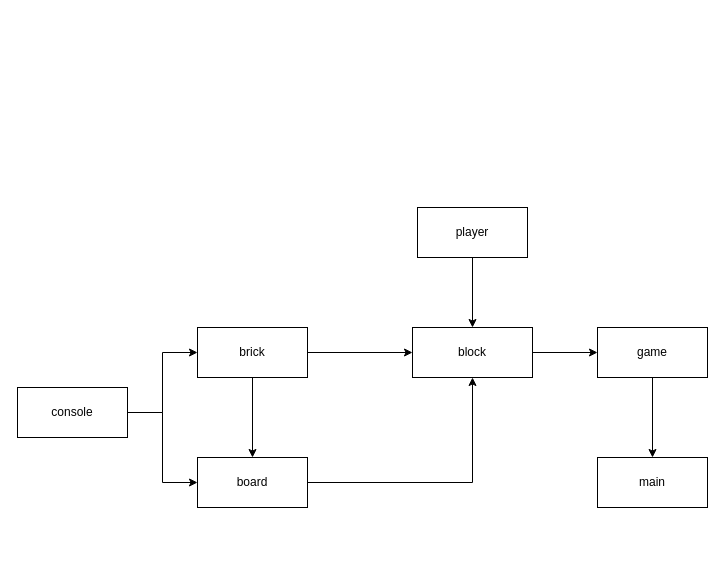
Before: Untitled Diagram.drawio in ahnguyen24/Tetris, a draw.io diagram. Source tidied: cells renumbered, new cells numbered last; positions are measured from the earlier drawing's top-left corner, leaving out a move shared by most shapes. Both pictures are drawn from the tidied source at 100%, with x=0, y=0 at pixel (17, 207).
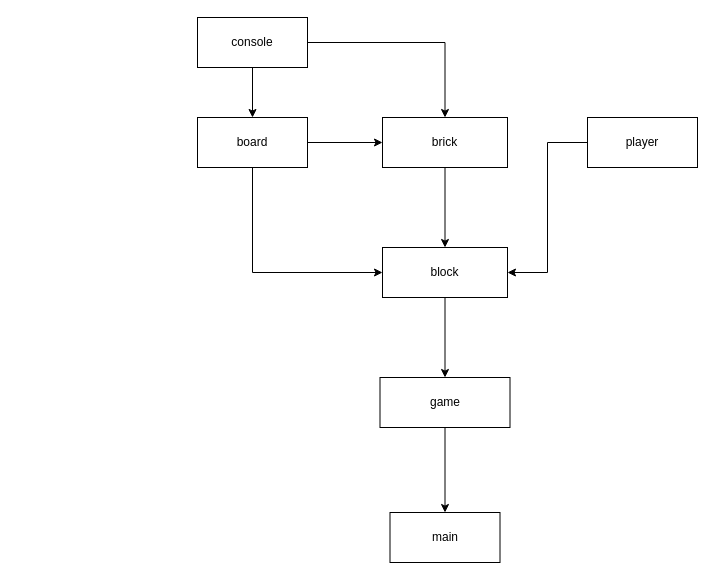
The same diagram, later.

Commit message:
Nháp sơ đồ class

Diff of the diagram source:
```diff
@@
 <mxGraphModel>
   <root>
     <mxCell id="0" />
     <mxCell id="1" parent="0" />
-    <mxCell id="2" style="edgeStyle=orthogonalEdgeStyle;rounded=0;jettySize=auto;html=1;entryX=0;entryY=0.5;entryDx=0;entryDy=0;" parent="1" edge="1" source="3" target="13">
+    <mxCell id="2" style="edgeStyle=orthogonalEdgeStyle;rounded=0;jettySize=auto;html=1;" parent="1" edge="1" source="3" target="13">
       <mxGeometry relative="1" as="geometry" />
     </mxCell>
     <mxCell id="3" value="block" style="html=1;whiteSpace=wrap;" parent="1" vertex="1">
-      <mxGeometry x="395" y="120" width="120" height="50" as="geometry" />
+      <mxGeometry x="365" y="40" width="125" height="50" as="geometry" />
     </mxCell>
+    <mxCell id="17" style="edgeStyle=orthogonalEdgeStyle;rounded=0;jettySize=auto;html=1;entryX=0;entryY=0.5;entryDx=0;entryDy=0;" parent="1" edge="1" source="5" target="8">
+      <mxGeometry relative="1" as="geometry" />
+    </mxCell>
-    <mxCell id="4" style="edgeStyle=orthogonalEdgeStyle;rounded=0;jettySize=auto;html=1;entryX=0.5;entryY=1;entryDx=0;entryDy=0;" parent="1" edge="1" source="5" target="3">
+    <mxCell id="4" style="edgeStyle=orthogonalEdgeStyle;rounded=0;jettySize=auto;html=1;entryX=0;entryY=0.5;entryDx=0;entryDy=0;exitX=0.5;exitY=1;exitDx=0;exitDy=0;" parent="1" edge="1" source="5" target="3">
       <mxGeometry relative="1" as="geometry" />
     </mxCell>
     <mxCell id="5" value="board" style="html=1;whiteSpace=wrap;" parent="1" vertex="1">
-      <mxGeometry x="180" y="250" width="110" height="50" as="geometry" />
+      <mxGeometry x="180" y="-90" width="110" height="50" as="geometry" />
     </mxCell>
-    <mxCell id="6" style="edgeStyle=orthogonalEdgeStyle;rounded=0;jettySize=auto;html=1;exitX=1;exitY=0.5;exitDx=0;exitDy=0;entryX=0;entryY=0.5;entryDx=0;entryDy=0;" parent="1" edge="1" source="8" target="3">
+    <mxCell id="6" style="edgeStyle=orthogonalEdgeStyle;rounded=0;jettySize=auto;html=1;" parent="1" edge="1" source="8" target="3">
       <mxGeometry relative="1" as="geometry" />
     </mxCell>
-    <mxCell id="7" style="edgeStyle=orthogonalEdgeStyle;rounded=0;jettySize=auto;html=1;entryX=0.5;entryY=0;entryDx=0;entryDy=0;" parent="1" edge="1" source="8" target="5">
-      <mxGeometry relative="1" as="geometry" />
-    </mxCell>
     <mxCell id="8" value="brick" style="html=1;whiteSpace=wrap;" parent="1" vertex="1">
-      <mxGeometry x="180" y="120" width="110" height="50" as="geometry" />
+      <mxGeometry x="365" y="-90" width="125" height="50" as="geometry" />
     </mxCell>
-    <mxCell id="9" style="edgeStyle=orthogonalEdgeStyle;rounded=0;jettySize=auto;html=1;entryX=0;entryY=0.5;entryDx=0;entryDy=0;" parent="1" edge="1" source="11" target="5">
+    <mxCell id="9" style="edgeStyle=orthogonalEdgeStyle;rounded=0;jettySize=auto;html=1;entryX=0.5;entryY=0;entryDx=0;entryDy=0;" parent="1" edge="1" source="11" target="5">
       <mxGeometry relative="1" as="geometry" />
     </mxCell>
-    <mxCell id="10" style="edgeStyle=orthogonalEdgeStyle;rounded=0;jettySize=auto;html=1;entryX=0;entryY=0.5;entryDx=0;entryDy=0;" parent="1" edge="1" source="11" target="8">
+    <mxCell id="10" style="edgeStyle=orthogonalEdgeStyle;rounded=0;jettySize=auto;html=1;entryX=0.5;entryY=0;entryDx=0;entryDy=0;" parent="1" edge="1" source="11" target="8">
       <mxGeometry relative="1" as="geometry" />
     </mxCell>
     <mxCell id="11" value="console" style="html=1;whiteSpace=wrap;" parent="1" vertex="1">
-      <mxGeometry y="180" width="110" height="50" as="geometry" />
+      <mxGeometry x="180" y="-190" width="110" height="50" as="geometry" />
     </mxCell>
     <mxCell id="12" style="edgeStyle=orthogonalEdgeStyle;rounded=0;jettySize=auto;html=1;" parent="1" edge="1" source="13" target="16">
       <mxGeometry relative="1" as="geometry" />
     </mxCell>
     <mxCell id="13" value="game" style="html=1;whiteSpace=wrap;" parent="1" vertex="1">
-      <mxGeometry x="580" y="120" width="110" height="50" as="geometry" />
+      <mxGeometry x="362.5" y="170" width="130" height="50" as="geometry" />
     </mxCell>
-    <mxCell id="14" style="edgeStyle=orthogonalEdgeStyle;rounded=0;jettySize=auto;html=1;entryX=0.5;entryY=0;entryDx=0;entryDy=0;" parent="1" edge="1" source="15" target="3">
+    <mxCell id="14" style="edgeStyle=orthogonalEdgeStyle;rounded=0;jettySize=auto;html=1;entryX=1;entryY=0.5;entryDx=0;entryDy=0;" parent="1" edge="1" source="15" target="3">
       <mxGeometry relative="1" as="geometry" />
     </mxCell>
     <mxCell id="15" value="player" style="html=1;whiteSpace=wrap;" parent="1" vertex="1">
-      <mxGeometry x="400" width="110" height="50" as="geometry" />
+      <mxGeometry x="570" y="-90" width="110" height="50" as="geometry" />
     </mxCell>
     <mxCell id="16" value="main" style="html=1;whiteSpace=wrap;" parent="1" vertex="1">
-      <mxGeometry x="580" y="250" width="110" height="50" as="geometry" />
+      <mxGeometry x="372.5" y="305" width="110" height="50" as="geometry" />
     </mxCell>
   </root>
 </mxGraphModel>
```
